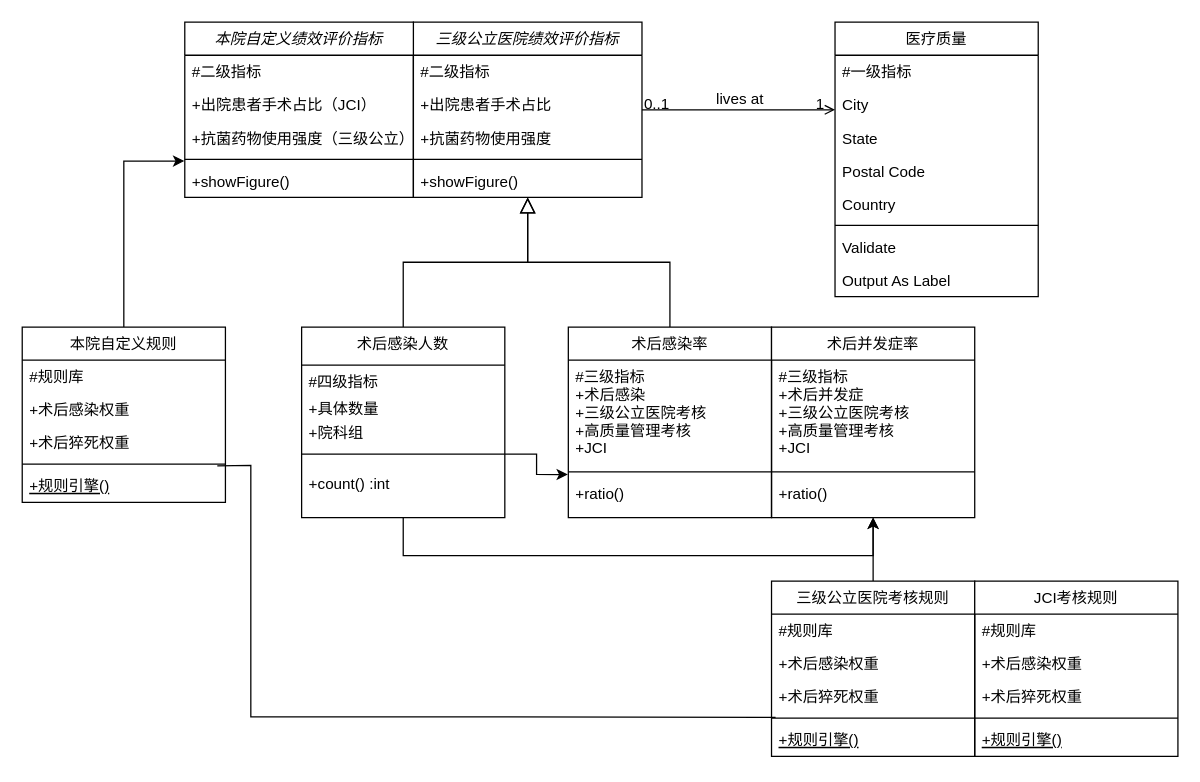
This is medical quality control/database/indexDB/分级指标库.drawio from weihuohuayi/draw.io, a draw.io file, before an edit. Source tidied: cells renumbered, new cells numbered last; positions are measured from the earlier drawing's top-left corner, leaving out a move shared by most shapes. Both pictures are drawn from the tidied source at 127%, with x=0, y=0 at pixel (22, 22).
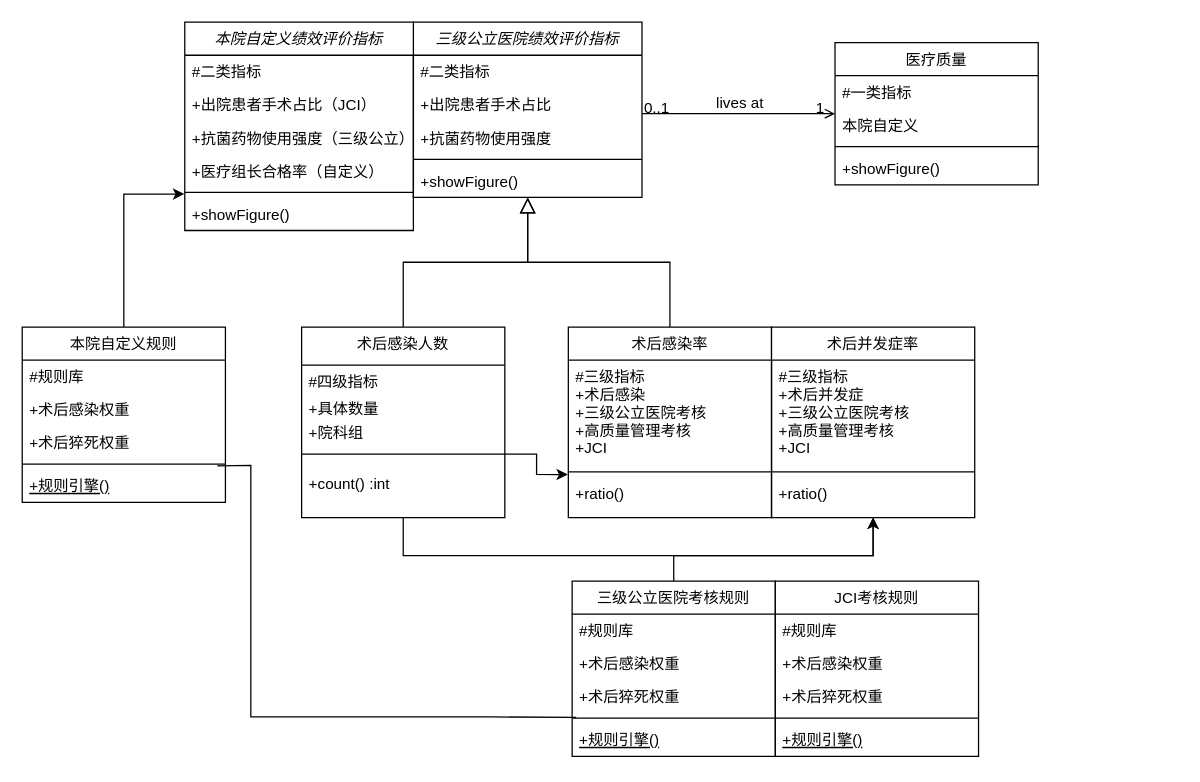
The same page after the edit.

Commit message (it also covers changes not shown here):
Update 分级指标库.drawio

The change refers to these unchanged cells:
```xml
<mxCell id="2" value="三级公立医院绩效评价指标" style="swimlane;fontStyle=2;align=center;verticalAlign=top;horizontal=1;startSize=26;rounded=0;shadow=0;strokeWidth=1;" parent="1" vertex="1">
  <mxGeometry x="308" width="180" height="138" as="geometry" />
</mxCell>
<mxCell id="42" value="术后并发症率" style="swimlane;fontStyle=0;align=center;verticalAlign=top;horizontal=1;startSize=26;rounded=0;shadow=0;strokeWidth=1;" parent="1" vertex="1">
  <mxGeometry x="590" y="240" width="160" height="150" as="geometry" />
</mxCell>
```

Change to the diagram source:
```diff
@@
-    <mxCell id="3" value="#二级指标" style="text;align=left;verticalAlign=top;spacingLeft=4;spacingRight=4;overflow=hidden;" parent="2" vertex="1">
+    <mxCell id="3" value="#二类指标" style="text;align=left;verticalAlign=top;spacingLeft=4;spacingRight=4;overflow=hidden;" parent="2" vertex="1">
       <mxGeometry y="26" width="180" height="26" as="geometry" />
     </mxCell>
@@
     <mxCell id="15" value="医疗质量" style="swimlane;fontStyle=0;align=center;verticalAlign=top;horizontal=1;startSize=26;rounded=0;shadow=0;strokeWidth=1;" parent="1" vertex="1">
-      <mxGeometry x="640" width="160" height="216" as="geometry" />
+      <mxGeometry x="640" y="16" width="160" height="112" as="geometry" />
     </mxCell>
-    <mxCell id="16" value="#一级指标" style="text;align=left;verticalAlign=top;spacingLeft=4;spacingRight=4;overflow=hidden;" parent="15" vertex="1">
+    <mxCell id="16" value="#一类指标" style="text;align=left;verticalAlign=top;spacingLeft=4;spacingRight=4;overflow=hidden;" parent="15" vertex="1">
       <mxGeometry y="26" width="160" height="26" as="geometry" />
     </mxCell>
-    <mxCell id="17" value="City" style="text;align=left;verticalAlign=top;spacingLeft=4;spacingRight=4;overflow=hidden;rounded=0;shadow=0;html=0;" parent="15" vertex="1">
+    <mxCell id="17" value="本院自定义" style="text;align=left;verticalAlign=top;spacingLeft=4;spacingRight=4;overflow=hidden;rounded=0;shadow=0;html=0;" parent="15" vertex="1">
       <mxGeometry y="52" width="160" height="26" as="geometry" />
     </mxCell>
-    <mxCell id="18" value="State" style="text;align=left;verticalAlign=top;spacingLeft=4;spacingRight=4;overflow=hidden;rounded=0;shadow=0;html=0;" parent="15" vertex="1">
-      <mxGeometry y="78" width="160" height="26" as="geometry" />
-    </mxCell>
-    <mxCell id="19" value="Postal Code" style="text;align=left;verticalAlign=top;spacingLeft=4;spacingRight=4;overflow=hidden;rounded=0;shadow=0;html=0;" parent="15" vertex="1">
-      <mxGeometry y="104" width="160" height="26" as="geometry" />
-    </mxCell>
-    <mxCell id="20" value="Country" style="text;align=left;verticalAlign=top;spacingLeft=4;spacingRight=4;overflow=hidden;rounded=0;shadow=0;html=0;" parent="15" vertex="1">
-      <mxGeometry y="130" width="160" height="26" as="geometry" />
-    </mxCell>
     <mxCell id="21" style="line;html=1;strokeWidth=1;align=left;verticalAlign=middle;spacingTop=-1;spacingLeft=3;spacingRight=3;labelPosition=right;" parent="15" vertex="1">
-      <mxGeometry y="156" width="160" height="8" as="geometry" />
+      <mxGeometry y="78" width="160" height="8" as="geometry" />
     </mxCell>
-    <mxCell id="22" value="Validate" style="text;align=left;verticalAlign=top;spacingLeft=4;spacingRight=4;overflow=hidden;" parent="15" vertex="1">
-      <mxGeometry y="164" width="160" height="26" as="geometry" />
-    </mxCell>
-    <mxCell id="23" value="Output As Label" style="text;align=left;verticalAlign=top;spacingLeft=4;spacingRight=4;overflow=hidden;" parent="15" vertex="1">
-      <mxGeometry y="190" width="160" height="26" as="geometry" />
+    <mxCell id="23" value="+showFigure()" style="text;align=left;verticalAlign=top;spacingLeft=4;spacingRight=4;overflow=hidden;" parent="15" vertex="1">
+      <mxGeometry y="86" width="160" height="26" as="geometry" />
     </mxCell>
@@
     <mxCell id="35" style="edgeStyle=orthogonalEdgeStyle;rounded=0;jettySize=auto;html=1;entryX=0.5;entryY=1;entryDx=0;entryDy=0;" parent="1" edge="1" source="36" target="42">
-      <mxGeometry relative="1" as="geometry" />
+      <mxGeometry relative="1" as="geometry">
+        <Array as="points">
+          <mxPoint x="513" y="420" />
+          <mxPoint x="670" y="420" />
+        </Array>
+      </mxGeometry>
     </mxCell>
     <mxCell id="36" value="三级公立医院考核规则" style="swimlane;fontStyle=0;align=center;verticalAlign=top;horizontal=1;startSize=26;rounded=0;shadow=0;strokeWidth=1;" parent="1" vertex="1">
-      <mxGeometry x="590" y="440" width="160" height="138" as="geometry" />
+      <mxGeometry x="433" y="440" width="160" height="138" as="geometry" />
     </mxCell>
@@
     <mxCell id="46" value="JCI考核规则" style="swimlane;fontStyle=0;align=center;verticalAlign=top;horizontal=1;startSize=26;rounded=0;shadow=0;strokeWidth=1;" parent="1" vertex="1">
-      <mxGeometry x="750" y="440" width="160" height="138" as="geometry" />
+      <mxGeometry x="593" y="440" width="160" height="138" as="geometry" />
     </mxCell>
@@
     <mxCell id="59" value="本院自定义绩效评价指标" style="swimlane;fontStyle=2;align=center;verticalAlign=top;horizontal=1;startSize=26;rounded=0;shadow=0;strokeWidth=1;" parent="1" vertex="1">
-      <mxGeometry x="128" width="180" height="138" as="geometry" />
+      <mxGeometry x="128" width="180" height="164" as="geometry" />
     </mxCell>
-    <mxCell id="60" value="#二级指标" style="text;align=left;verticalAlign=top;spacingLeft=4;spacingRight=4;overflow=hidden;" parent="59" vertex="1">
+    <mxCell id="60" value="#二类指标" style="text;align=left;verticalAlign=top;spacingLeft=4;spacingRight=4;overflow=hidden;" parent="59" vertex="1">
       <mxGeometry y="26" width="180" height="26" as="geometry" />
     </mxCell>
@@
+    <mxCell id="66" value="+医疗组长合格率（自定义）" style="text;align=left;verticalAlign=top;spacingLeft=4;spacingRight=4;overflow=hidden;rounded=0;shadow=0;html=0;" parent="59" vertex="1">
+      <mxGeometry y="104" width="180" height="26" as="geometry" />
+    </mxCell>
     <mxCell id="63" style="line;html=1;strokeWidth=1;align=left;verticalAlign=middle;spacingTop=-1;spacingLeft=3;spacingRight=3;labelPosition=right;points=[];portConstraint=eastwest;" parent="59" vertex="1">
-      <mxGeometry y="104" width="180" height="8" as="geometry" />
+      <mxGeometry y="130" width="180" height="8" as="geometry" />
     </mxCell>
     <mxCell id="64" value="+showFigure()" style="text;align=left;verticalAlign=top;spacingLeft=4;spacingRight=4;overflow=hidden;" parent="59" vertex="1">
-      <mxGeometry y="112" width="180" height="26" as="geometry" />
+      <mxGeometry y="138" width="180" height="26" as="geometry" />
     </mxCell>
```
